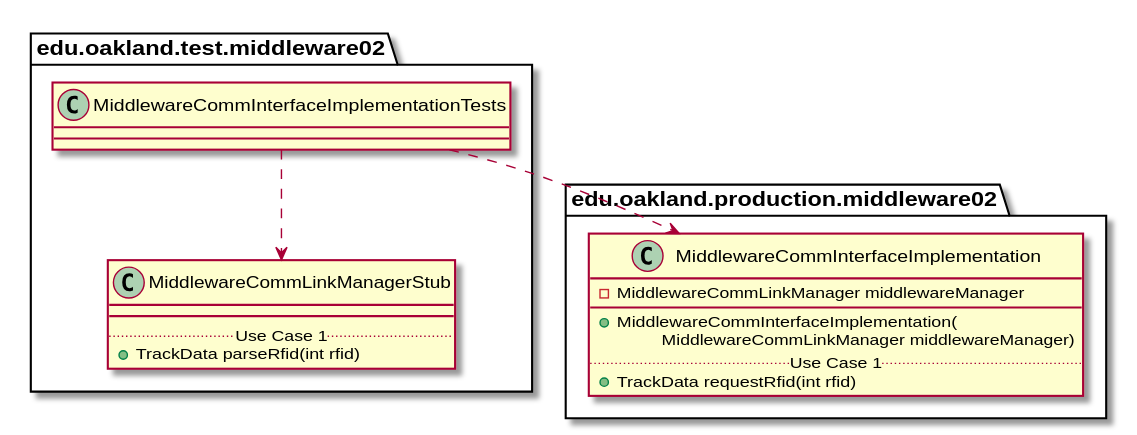
Earlier version of the PlantUML export docs/uml-class-diagrams/middleware02/test/MiddlewareCommInterfaceImplementationTests/MiddlewareCommInterfaceImplementationTests_DirectDependencies.svg (elilley15/csi-3370-software-project).
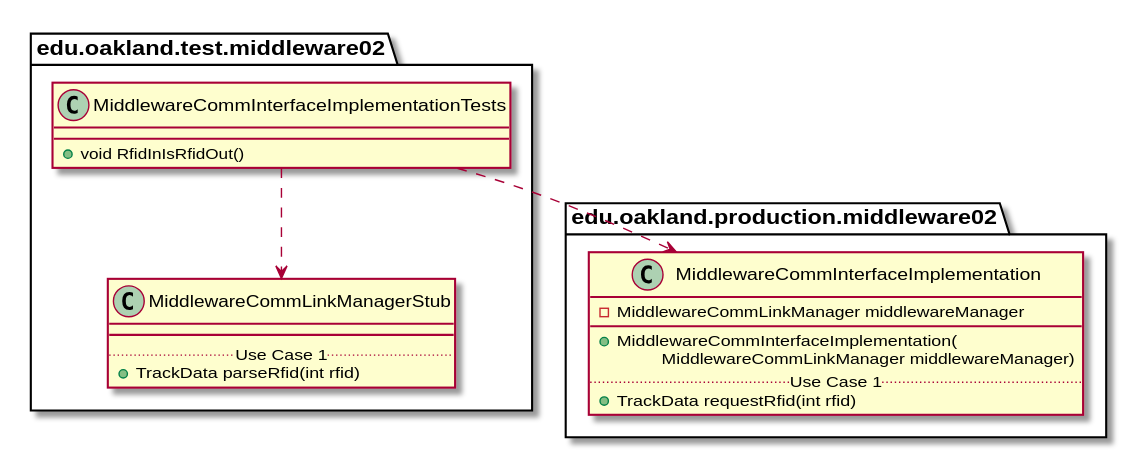
After the change.

Change to the diagram source:
```diff
@@ -3,6 +3,7 @@
 
 package edu.oakland.test.middleware02 {
     class MiddlewareCommInterfaceImplementationTests {
+        + void RfidInIsRfidOut()
 
     }
 }
```
